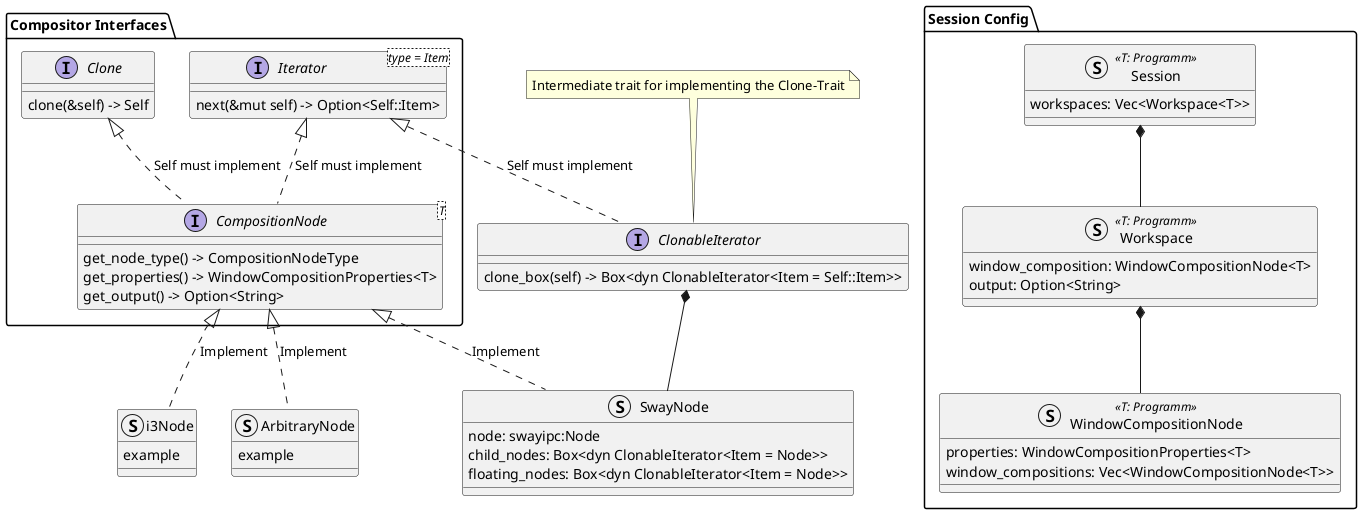
Above: images/general_compositor_tree.png in Nikl174/sway-session-save (PlantUML), before the change.
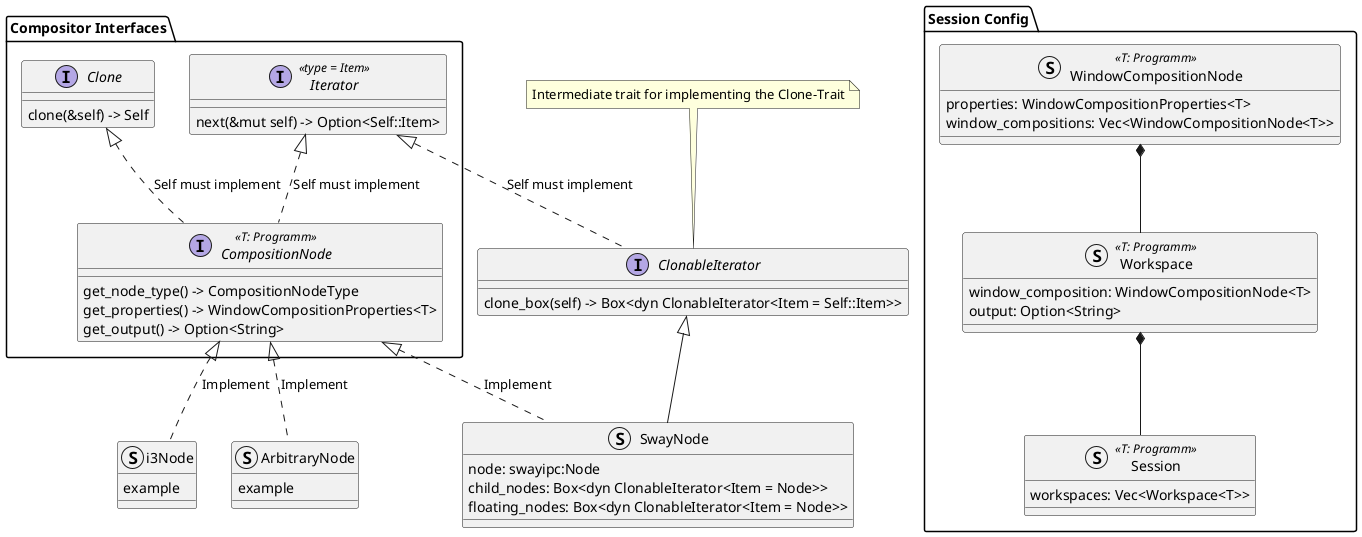
Later version of the same file.

The edit, as a diff of the source:
```diff
@@ -1,11 +1,11 @@
 @startuml
 package "Compositor Interfaces"{
-  interface CompositionNode<T> {
+  interface CompositionNode<<T: Programm>> {
     get_node_type() -> CompositionNodeType
     get_properties() -> WindowCompositionProperties<T>
     get_output() -> Option<String>
   }
-  interface Iterator <type = Item> {
+  interface Iterator <<type = Item>> {
     next(&mut self) -> Option<Self::Item>
   }
   interface Clone {
@@ -27,6 +27,8 @@
     properties: WindowCompositionProperties<T>
     window_compositions: Vec<WindowCompositionNode<T>>
   }
+  Session -up-* Workspace
+  Workspace -up-* WindowCompositionNode
 }
 
 
@@ -48,9 +50,7 @@
   example
 }
 
-Session *-- Workspace
-Workspace *-- WindowCompositionNode
-ClonableIterator *-- SwayNode
+ClonableIterator <|-- SwayNode
 Iterator <|.. ClonableIterator : "Self must implement"
 
 CompositionNode <|.. SwayNode : Implement
```
